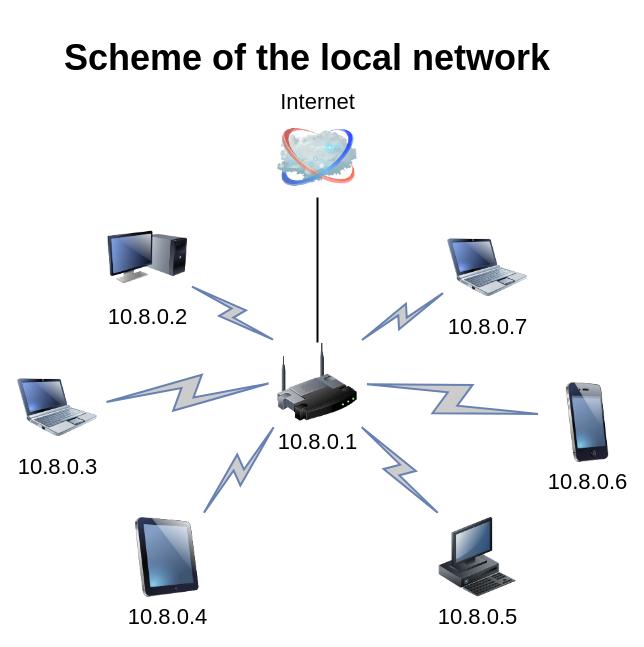
Earlier version of the draw.io diagram page "Page-1" (1 of 2) of schemes/network_scheme.drawio (KATEHOK/Project-practice). Source tidied: cells renumbered, new cells numbered last; positions are measured from the earlier drawing's top-left corner, leaving out a move shared by most shapes. Both pictures are drawn from the tidied source at 100%, with x=0, y=0 at pixel (17, 17).
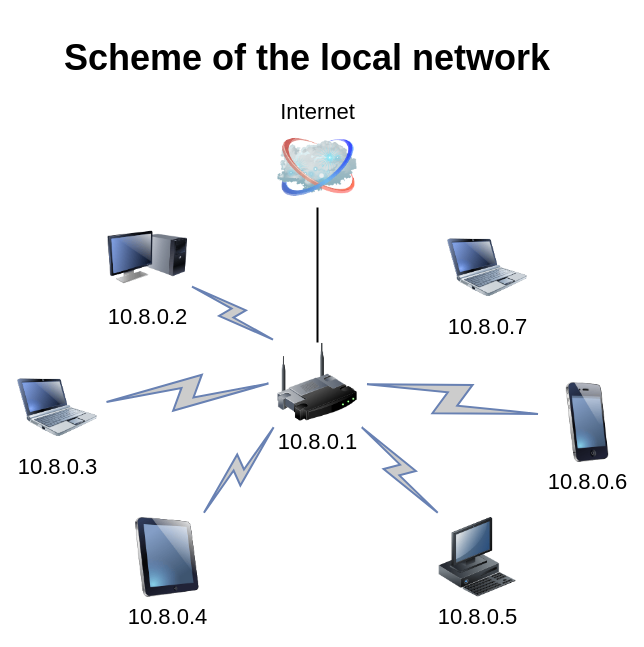
The same page after the edit.

The edit, as a diff of the source:
```diff
@@
 <mxGraphModel>
   <root>
     <mxCell id="0" />
     <mxCell id="1" parent="0" />
     <mxCell id="2" style="edgeStyle=none;rounded=0;html=1;labelBackgroundColor=none;endArrow=none;strokeWidth=2;fontFamily=Verdana;fontSize=22;" parent="1" edge="1" source="3" target="4">
       <mxGeometry relative="1" as="geometry" />
     </mxCell>
     <mxCell id="3" value="10.8.0.1" style="image;html=1;labelBackgroundColor=#ffffff;image=img/lib/clip_art/networking/Wireless_Router_128x128.png;rounded=1;shadow=0;comic=0;strokeWidth=2;fontSize=22;" parent="1" vertex="1">
       <mxGeometry x="260" y="325" width="80" height="80" as="geometry" />
     </mxCell>
     <mxCell id="4" value="Internet" style="image;html=1;labelBackgroundColor=#ffffff;image=img/lib/clip_art/networking/Cloud_128x128.png;rounded=1;shadow=0;comic=0;strokeWidth=2;fontSize=22;labelPosition=center;verticalLabelPosition=top;align=center;verticalAlign=bottom;" parent="1" vertex="1">
-      <mxGeometry x="260" y="100" width="80" height="80" as="geometry" />
+      <mxGeometry x="260" y="110" width="80" height="80" as="geometry" />
     </mxCell>
     <mxCell id="5" value="10.8.0.4" style="image;html=1;labelBackgroundColor=#ffffff;image=img/lib/clip_art/computers/iPad_128x128.png;rounded=1;shadow=0;comic=0;strokeWidth=2;fontSize=22;" parent="1" vertex="1">
       <mxGeometry x="110" y="500" width="80" height="80" as="geometry" />
     </mxCell>
     <mxCell id="6" value="10.8.0.2" style="image;html=1;labelBackgroundColor=#ffffff;image=img/lib/clip_art/computers/Monitor_Tower_128x128.png;rounded=1;shadow=0;comic=0;strokeWidth=2;fontSize=22;" parent="1" vertex="1">
       <mxGeometry x="90" y="200" width="80" height="80" as="geometry" />
     </mxCell>
     <mxCell id="7" value="10.8.0.5" style="image;html=1;labelBackgroundColor=#ffffff;image=img/lib/clip_art/computers/Workstation_128x128.png;rounded=1;shadow=0;comic=0;strokeWidth=2;fontSize=22;" parent="1" vertex="1">
       <mxGeometry x="420" y="500" width="80" height="80" as="geometry" />
     </mxCell>
     <mxCell id="8" value="10.8.0.6" style="image;html=1;labelBackgroundColor=#ffffff;image=img/lib/clip_art/telecommunication/iPhone_128x128.png;rounded=1;shadow=0;comic=0;strokeWidth=2;fontSize=22;" parent="1" vertex="1">
       <mxGeometry x="530" y="365" width="80" height="80" as="geometry" />
     </mxCell>
     <mxCell id="9" value="10.8.0.7" style="image;html=1;labelBackgroundColor=#ffffff;image=img/lib/clip_art/computers/Netbook_128x128.png;rounded=1;shadow=0;comic=0;strokeColor=#000000;strokeWidth=2;fillColor=#FFFFFF;fontSize=22;fontColor=#000000;" parent="1" vertex="1">
       <mxGeometry x="430" y="210" width="80" height="80" as="geometry" />
     </mxCell>
     <mxCell id="10" value="10.8.0.3" style="image;html=1;labelBackgroundColor=#ffffff;image=img/lib/clip_art/computers/Netbook_128x128.png;rounded=1;shadow=0;comic=0;strokeWidth=2;fontSize=22;" parent="1" vertex="1">
       <mxGeometry y="350" width="80" height="80" as="geometry" />
     </mxCell>
     <mxCell id="11" style="html=1;fillColor=#CCCCCC;strokeColor=#6881B3;gradientColor=none;gradientDirection=north;strokeWidth=2;shape=mxgraph.networks.comm_link_edge;html=1;labelBackgroundColor=none;endArrow=none;fontFamily=Verdana;fontSize=22;fontColor=#000000;fontStyle=1;entryX=0;entryY=0;entryDx=0;entryDy=0;" parent="1" edge="1" source="6" target="3">
       <mxGeometry relative="1" as="geometry" />
     </mxCell>
     <mxCell id="12" style="html=1;fillColor=#CCCCCC;strokeColor=#6881B3;gradientColor=none;gradientDirection=north;strokeWidth=2;shape=mxgraph.networks.comm_link_edge;html=1;labelBackgroundColor=none;endArrow=none;fontFamily=Verdana;fontSize=22;fontColor=#000000;entryX=0;entryY=0.5;entryDx=0;entryDy=0;" parent="1" edge="1" source="10" target="3">
       <mxGeometry relative="1" as="geometry" />
     </mxCell>
     <mxCell id="13" style="html=1;fillColor=#CCCCCC;strokeColor=#6881B3;gradientColor=none;gradientDirection=north;strokeWidth=2;shape=mxgraph.networks.comm_link_edge;html=1;labelBackgroundColor=none;endArrow=none;fontFamily=Verdana;fontSize=22;fontColor=#000000;entryX=0;entryY=1;entryDx=0;entryDy=0;" parent="1" edge="1" source="5" target="3">
       <mxGeometry relative="1" as="geometry" />
     </mxCell>
     <mxCell id="14" style="html=1;fillColor=#CCCCCC;strokeColor=#6881B3;gradientColor=none;gradientDirection=north;strokeWidth=2;shape=mxgraph.networks.comm_link_edge;html=1;labelBackgroundColor=none;endArrow=none;fontFamily=Verdana;fontSize=22;fontColor=#000000;entryX=1;entryY=1;entryDx=0;entryDy=0;" parent="1" edge="1" source="7" target="3">
       <mxGeometry relative="1" as="geometry" />
     </mxCell>
     <mxCell id="15" style="html=1;fillColor=#CCCCCC;strokeColor=#6881B3;gradientColor=none;gradientDirection=north;strokeWidth=2;shape=mxgraph.networks.comm_link_edge;html=1;labelBackgroundColor=none;endArrow=none;fontFamily=Verdana;fontSize=22;fontColor=#000000;entryX=1;entryY=0.5;entryDx=0;entryDy=0;" parent="1" edge="1" source="8" target="3">
       <mxGeometry relative="1" as="geometry" />
     </mxCell>
-    <mxCell id="16" style="html=1;fillColor=#CCCCCC;strokeColor=#6881B3;gradientColor=none;gradientDirection=north;strokeWidth=2;shape=mxgraph.networks.comm_link_edge;html=1;labelBackgroundColor=none;endArrow=none;fontFamily=Verdana;fontSize=22;fontColor=#000000;entryX=1;entryY=0;entryDx=0;entryDy=0;" parent="1" edge="1" source="9" target="3">
-      <mxGeometry relative="1" as="geometry" />
-    </mxCell>
     <mxCell id="17" value="&lt;b&gt;&lt;font style=&quot;font-size: 36px&quot;&gt;Scheme of the local network&lt;/font&gt;&lt;/b&gt;" style="text;html=1;strokeColor=none;fillColor=none;align=center;verticalAlign=middle;whiteSpace=wrap;rounded=0;" parent="1" vertex="1">
       <mxGeometry x="20" width="540" height="80" as="geometry" />
     </mxCell>
   </root>
 </mxGraphModel>
```
